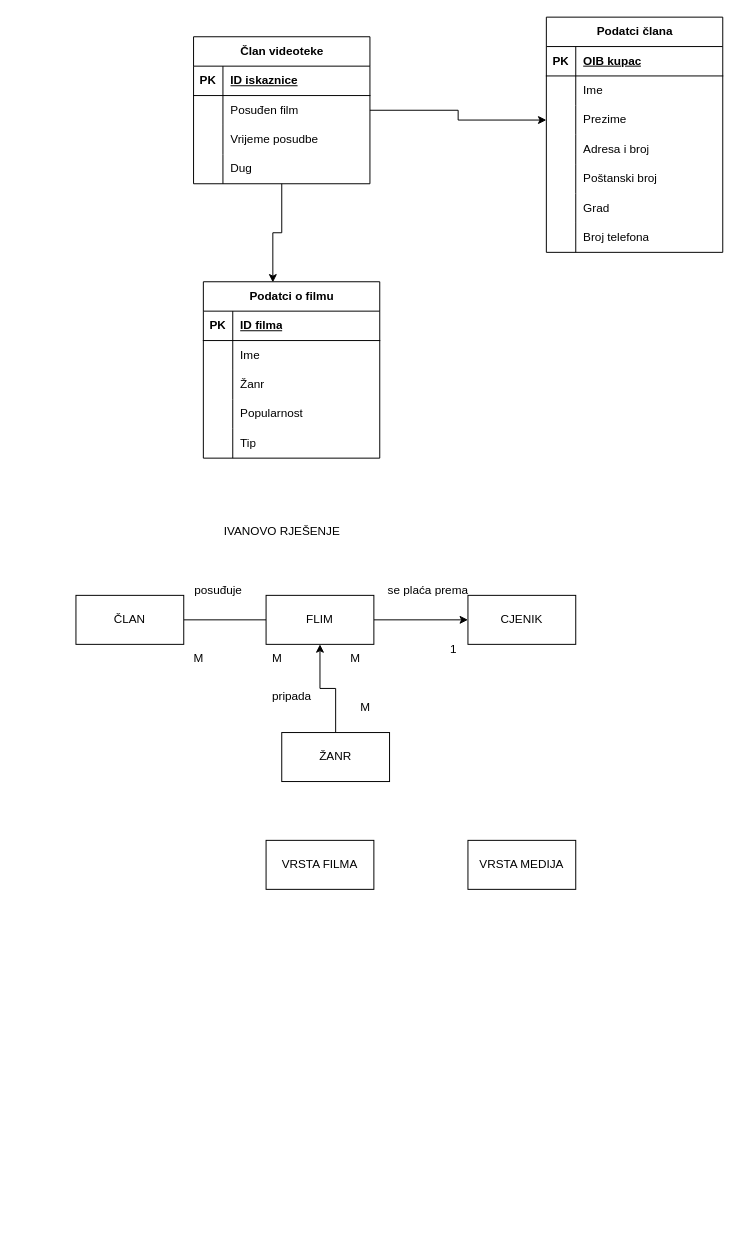
Above: Videoteka.drawio in RenSu92/PHP_osnove (draw.io), before the change. Source tidied: cells renumbered, new cells numbered last; positions are measured from the earlier drawing's top-left corner, leaving out a move shared by most shapes. Both pictures are drawn from the tidied source at 98%, with x=0, y=0 at pixel (75, 17).
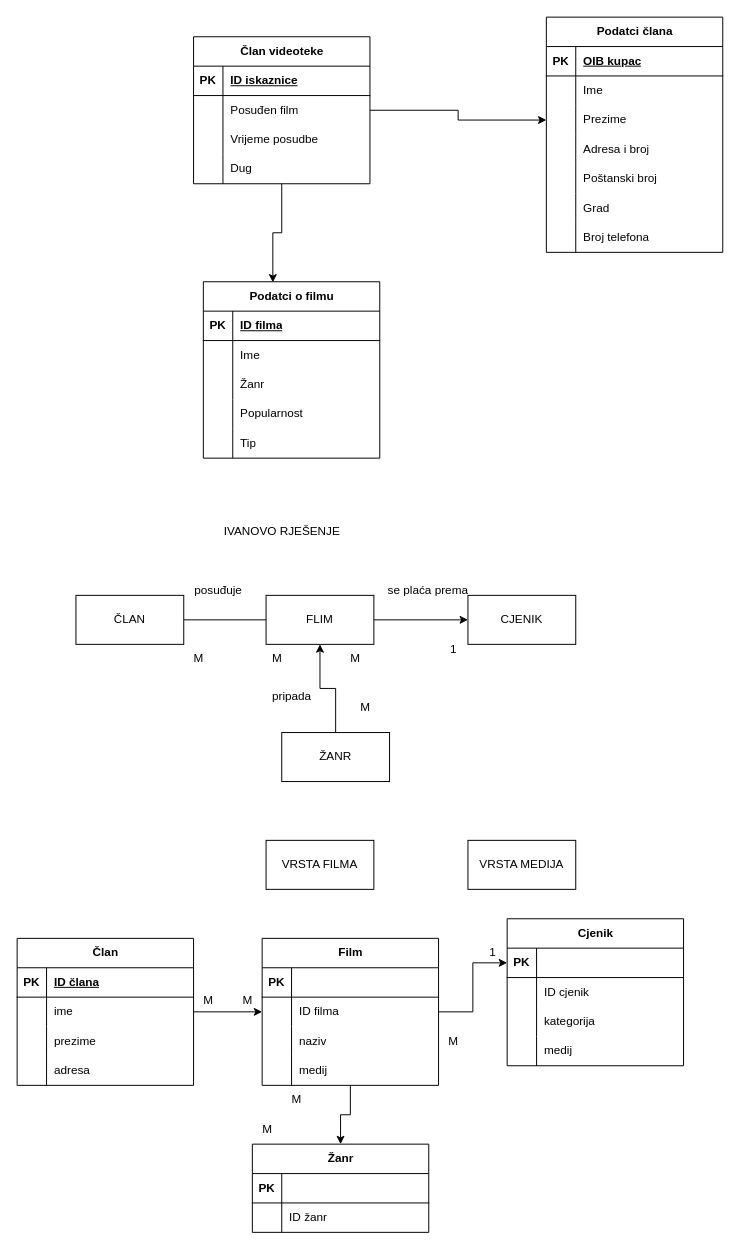
After the change.

The edit, as a diff of the source:
```diff
@@
+    <mxCell id="73" style="edgeStyle=orthogonalEdgeStyle;rounded=0;jettySize=auto;html=1;entryX=0;entryY=0.5;entryDx=0;entryDy=0;" parent="1" edge="1" source="74" target="93">
+      <mxGeometry relative="1" as="geometry" />
+    </mxCell>
+    <mxCell id="74" value="Član" style="shape=table;startSize=30;childLayout=tableLayout;rowLines=0;fontStyle=1;align=center;html=1;" parent="1" vertex="1">
+      <mxGeometry x="-60" y="940" width="180" height="150" as="geometry" />
+    </mxCell>
+    <mxCell id="75" style="shape=tableRow;horizontal=0;startSize=0;swimlaneHead=0;swimlaneBody=0;fillColor=none;top=0;left=0;right=0;bottom=1;" parent="74" vertex="1">
+      <mxGeometry y="30" width="180" height="30" as="geometry" />
+    </mxCell>
+    <mxCell id="76" value="PK" style="shape=partialRectangle;fillColor=none;top=0;left=0;bottom=0;right=0;fontStyle=1;overflow=hidden;whiteSpace=wrap;html=1;" parent="75" vertex="1">
+      <mxGeometry width="30" height="30" as="geometry" />
+    </mxCell>
+    <mxCell id="77" value="ID člana" style="shape=partialRectangle;fillColor=none;top=0;left=0;bottom=0;right=0;align=left;spacingLeft=6;fontStyle=5;overflow=hidden;whiteSpace=wrap;html=1;" parent="75" vertex="1">
+      <mxGeometry x="30" width="150" height="30" as="geometry" />
+    </mxCell>
+    <mxCell id="78" style="shape=tableRow;horizontal=0;startSize=0;swimlaneHead=0;swimlaneBody=0;fillColor=none;top=0;left=0;right=0;bottom=0;" parent="74" vertex="1">
+      <mxGeometry y="60" width="180" height="30" as="geometry" />
+    </mxCell>
+    <mxCell id="79" style="shape=partialRectangle;fillColor=none;top=0;left=0;bottom=0;right=0;overflow=hidden;whiteSpace=wrap;html=1;" parent="78" vertex="1">
+      <mxGeometry width="30" height="30" as="geometry" />
+    </mxCell>
+    <mxCell id="80" value="ime" style="shape=partialRectangle;fillColor=none;top=0;left=0;bottom=0;right=0;align=left;spacingLeft=6;overflow=hidden;whiteSpace=wrap;html=1;" parent="78" vertex="1">
+      <mxGeometry x="30" width="150" height="30" as="geometry" />
+    </mxCell>
+    <mxCell id="81" style="shape=tableRow;horizontal=0;startSize=0;swimlaneHead=0;swimlaneBody=0;fillColor=none;top=0;left=0;right=0;bottom=0;" parent="74" vertex="1">
+      <mxGeometry y="90" width="180" height="30" as="geometry" />
+    </mxCell>
+    <mxCell id="82" style="shape=partialRectangle;fillColor=none;top=0;left=0;bottom=0;right=0;overflow=hidden;whiteSpace=wrap;html=1;" parent="81" vertex="1">
+      <mxGeometry width="30" height="30" as="geometry" />
+    </mxCell>
+    <mxCell id="83" value="prezime" style="shape=partialRectangle;fillColor=none;top=0;left=0;bottom=0;right=0;align=left;spacingLeft=6;overflow=hidden;whiteSpace=wrap;html=1;" parent="81" vertex="1">
+      <mxGeometry x="30" width="150" height="30" as="geometry" />
+    </mxCell>
+    <mxCell id="84" style="shape=tableRow;horizontal=0;startSize=0;swimlaneHead=0;swimlaneBody=0;fillColor=none;top=0;left=0;right=0;bottom=0;" parent="74" vertex="1">
+      <mxGeometry y="120" width="180" height="30" as="geometry" />
+    </mxCell>
+    <mxCell id="85" style="shape=partialRectangle;fillColor=none;top=0;left=0;bottom=0;right=0;overflow=hidden;whiteSpace=wrap;html=1;" parent="84" vertex="1">
+      <mxGeometry width="30" height="30" as="geometry" />
+    </mxCell>
+    <mxCell id="86" value="adresa" style="shape=partialRectangle;fillColor=none;top=0;left=0;bottom=0;right=0;align=left;spacingLeft=6;overflow=hidden;whiteSpace=wrap;html=1;" parent="84" vertex="1">
+      <mxGeometry x="30" width="150" height="30" as="geometry" />
+    </mxCell>
+    <mxCell id="87" style="edgeStyle=orthogonalEdgeStyle;rounded=0;jettySize=auto;html=1;" parent="1" edge="1" source="89" target="105">
+      <mxGeometry relative="1" as="geometry" />
+    </mxCell>
+    <mxCell id="88" style="edgeStyle=orthogonalEdgeStyle;rounded=0;jettySize=auto;html=1;entryX=0.5;entryY=0;entryDx=0;entryDy=0;" parent="1" edge="1" source="89" target="117">
+      <mxGeometry relative="1" as="geometry" />
+    </mxCell>
+    <mxCell id="89" value="Film" style="shape=table;startSize=30;childLayout=tableLayout;rowLines=0;fontStyle=1;align=center;html=1;" parent="1" vertex="1">
+      <mxGeometry x="190" y="940" width="180" height="150" as="geometry" />
+    </mxCell>
+    <mxCell id="90" style="shape=tableRow;horizontal=0;startSize=0;swimlaneHead=0;swimlaneBody=0;fillColor=none;top=0;left=0;right=0;bottom=1;" parent="89" vertex="1">
+      <mxGeometry y="30" width="180" height="30" as="geometry" />
+    </mxCell>
+    <mxCell id="91" value="PK" style="shape=partialRectangle;fillColor=none;top=0;left=0;bottom=0;right=0;fontStyle=1;overflow=hidden;whiteSpace=wrap;html=1;" parent="90" vertex="1">
+      <mxGeometry width="30" height="30" as="geometry" />
+    </mxCell>
+    <mxCell id="92" style="shape=partialRectangle;fillColor=none;top=0;left=0;bottom=0;right=0;align=left;spacingLeft=6;fontStyle=5;overflow=hidden;whiteSpace=wrap;html=1;" parent="90" vertex="1">
+      <mxGeometry x="30" width="150" height="30" as="geometry" />
+    </mxCell>
+    <mxCell id="93" style="shape=tableRow;horizontal=0;startSize=0;swimlaneHead=0;swimlaneBody=0;fillColor=none;points=[[0,0.5],[1,0.5]];portConstraint=eastwest;top=0;left=0;right=0;bottom=0;" parent="89" vertex="1">
+      <mxGeometry y="60" width="180" height="30" as="geometry" />
+    </mxCell>
+    <mxCell id="94" style="shape=partialRectangle;fillColor=none;top=0;left=0;bottom=0;right=0;overflow=hidden;whiteSpace=wrap;html=1;" parent="93" vertex="1">
+      <mxGeometry width="30" height="30" as="geometry" />
+    </mxCell>
+    <mxCell id="95" value="ID filma" style="shape=partialRectangle;fillColor=none;top=0;left=0;bottom=0;right=0;align=left;spacingLeft=6;overflow=hidden;whiteSpace=wrap;html=1;" parent="93" vertex="1">
+      <mxGeometry x="30" width="150" height="30" as="geometry" />
+    </mxCell>
+    <mxCell id="96" style="shape=tableRow;horizontal=0;startSize=0;swimlaneHead=0;swimlaneBody=0;fillColor=none;top=0;left=0;right=0;bottom=0;" parent="89" vertex="1">
+      <mxGeometry y="90" width="180" height="30" as="geometry" />
+    </mxCell>
+    <mxCell id="97" style="shape=partialRectangle;fillColor=none;top=0;left=0;bottom=0;right=0;overflow=hidden;whiteSpace=wrap;html=1;" parent="96" vertex="1">
+      <mxGeometry width="30" height="30" as="geometry" />
+    </mxCell>
+    <mxCell id="98" value="naziv" style="shape=partialRectangle;fillColor=none;top=0;left=0;bottom=0;right=0;align=left;spacingLeft=6;overflow=hidden;whiteSpace=wrap;html=1;" parent="96" vertex="1">
+      <mxGeometry x="30" width="150" height="30" as="geometry" />
+    </mxCell>
+    <mxCell id="99" style="shape=tableRow;horizontal=0;startSize=0;swimlaneHead=0;swimlaneBody=0;fillColor=none;top=0;left=0;right=0;bottom=0;" parent="89" vertex="1">
+      <mxGeometry y="120" width="180" height="30" as="geometry" />
+    </mxCell>
+    <mxCell id="100" style="shape=partialRectangle;fillColor=none;top=0;left=0;bottom=0;right=0;overflow=hidden;whiteSpace=wrap;html=1;" parent="99" vertex="1">
+      <mxGeometry width="30" height="30" as="geometry" />
+    </mxCell>
+    <mxCell id="101" value="medij" style="shape=partialRectangle;fillColor=none;top=0;left=0;bottom=0;right=0;align=left;spacingLeft=6;overflow=hidden;whiteSpace=wrap;html=1;" parent="99" vertex="1">
+      <mxGeometry x="30" width="150" height="30" as="geometry" />
+    </mxCell>
+    <mxCell id="102" value="M" style="text;html=1;align=center;verticalAlign=middle;strokeColor=none;fillColor=none;" parent="1" vertex="1">
+      <mxGeometry x="120" y="988" width="30" height="30" as="geometry" />
+    </mxCell>
+    <mxCell id="103" value="M" style="text;html=1;align=center;verticalAlign=middle;strokeColor=none;fillColor=none;" parent="1" vertex="1">
+      <mxGeometry x="160" y="988" width="30" height="30" as="geometry" />
+    </mxCell>
+    <mxCell id="104" value="Cjenik" style="shape=table;startSize=30;childLayout=tableLayout;rowLines=0;fontStyle=1;align=center;html=1;" parent="1" vertex="1">
+      <mxGeometry x="440" y="920" width="180" height="150" as="geometry" />
+    </mxCell>
+    <mxCell id="105" style="shape=tableRow;horizontal=0;startSize=0;swimlaneHead=0;swimlaneBody=0;fillColor=none;points=[[0,0.5],[1,0.5]];portConstraint=eastwest;top=0;left=0;right=0;bottom=1;" parent="104" vertex="1">
+      <mxGeometry y="30" width="180" height="30" as="geometry" />
+    </mxCell>
+    <mxCell id="106" value="PK" style="shape=partialRectangle;fillColor=none;top=0;left=0;bottom=0;right=0;fontStyle=1;overflow=hidden;whiteSpace=wrap;html=1;" parent="105" vertex="1">
+      <mxGeometry width="30" height="30" as="geometry" />
+    </mxCell>
+    <mxCell id="107" style="shape=partialRectangle;fillColor=none;top=0;left=0;bottom=0;right=0;align=left;spacingLeft=6;fontStyle=5;overflow=hidden;whiteSpace=wrap;html=1;" parent="105" vertex="1">
+      <mxGeometry x="30" width="150" height="30" as="geometry" />
+    </mxCell>
+    <mxCell id="108" style="shape=tableRow;horizontal=0;startSize=0;swimlaneHead=0;swimlaneBody=0;fillColor=none;top=0;left=0;right=0;bottom=0;" parent="104" vertex="1">
+      <mxGeometry y="60" width="180" height="30" as="geometry" />
+    </mxCell>
+    <mxCell id="109" style="shape=partialRectangle;fillColor=none;top=0;left=0;bottom=0;right=0;overflow=hidden;whiteSpace=wrap;html=1;" parent="108" vertex="1">
+      <mxGeometry width="30" height="30" as="geometry" />
+    </mxCell>
+    <mxCell id="110" value="ID cjenik" style="shape=partialRectangle;fillColor=none;top=0;left=0;bottom=0;right=0;align=left;spacingLeft=6;overflow=hidden;whiteSpace=wrap;html=1;" parent="108" vertex="1">
+      <mxGeometry x="30" width="150" height="30" as="geometry" />
+    </mxCell>
+    <mxCell id="111" style="shape=tableRow;horizontal=0;startSize=0;swimlaneHead=0;swimlaneBody=0;fillColor=none;top=0;left=0;right=0;bottom=0;" parent="104" vertex="1">
+      <mxGeometry y="90" width="180" height="30" as="geometry" />
+    </mxCell>
+    <mxCell id="112" style="shape=partialRectangle;fillColor=none;top=0;left=0;bottom=0;right=0;overflow=hidden;whiteSpace=wrap;html=1;" parent="111" vertex="1">
+      <mxGeometry width="30" height="30" as="geometry" />
+    </mxCell>
+    <mxCell id="113" value="kategorija" style="shape=partialRectangle;fillColor=none;top=0;left=0;bottom=0;right=0;align=left;spacingLeft=6;overflow=hidden;whiteSpace=wrap;html=1;" parent="111" vertex="1">
+      <mxGeometry x="30" width="150" height="30" as="geometry" />
+    </mxCell>
+    <mxCell id="114" style="shape=tableRow;horizontal=0;startSize=0;swimlaneHead=0;swimlaneBody=0;fillColor=none;top=0;left=0;right=0;bottom=0;" parent="104" vertex="1">
+      <mxGeometry y="120" width="180" height="30" as="geometry" />
+    </mxCell>
+    <mxCell id="115" style="shape=partialRectangle;fillColor=none;top=0;left=0;bottom=0;right=0;overflow=hidden;whiteSpace=wrap;html=1;" parent="114" vertex="1">
+      <mxGeometry width="30" height="30" as="geometry" />
+    </mxCell>
+    <mxCell id="116" value="medij" style="shape=partialRectangle;fillColor=none;top=0;left=0;bottom=0;right=0;align=left;spacingLeft=6;overflow=hidden;whiteSpace=wrap;html=1;" parent="114" vertex="1">
+      <mxGeometry x="30" width="150" height="30" as="geometry" />
+    </mxCell>
+    <mxCell id="117" value="Žanr" style="shape=table;startSize=30;childLayout=tableLayout;rowLines=0;fontStyle=1;align=center;html=1;" parent="1" vertex="1">
+      <mxGeometry x="180" y="1150" width="180" height="90" as="geometry" />
+    </mxCell>
+    <mxCell id="118" style="shape=tableRow;horizontal=0;startSize=0;swimlaneHead=0;swimlaneBody=0;fillColor=none;top=0;left=0;right=0;bottom=1;" parent="117" vertex="1">
+      <mxGeometry y="30" width="180" height="30" as="geometry" />
+    </mxCell>
+    <mxCell id="119" value="PK" style="shape=partialRectangle;fillColor=none;top=0;left=0;bottom=0;right=0;fontStyle=1;overflow=hidden;whiteSpace=wrap;html=1;" parent="118" vertex="1">
+      <mxGeometry width="30" height="30" as="geometry" />
+    </mxCell>
+    <mxCell id="120" style="shape=partialRectangle;fillColor=none;top=0;left=0;bottom=0;right=0;align=left;spacingLeft=6;fontStyle=5;overflow=hidden;whiteSpace=wrap;html=1;" parent="118" vertex="1">
+      <mxGeometry x="30" width="150" height="30" as="geometry" />
+    </mxCell>
+    <mxCell id="121" style="shape=tableRow;horizontal=0;startSize=0;swimlaneHead=0;swimlaneBody=0;fillColor=none;top=0;left=0;right=0;bottom=0;" parent="117" vertex="1">
+      <mxGeometry y="60" width="180" height="30" as="geometry" />
+    </mxCell>
+    <mxCell id="122" style="shape=partialRectangle;fillColor=none;top=0;left=0;bottom=0;right=0;overflow=hidden;whiteSpace=wrap;html=1;" parent="121" vertex="1">
+      <mxGeometry width="30" height="30" as="geometry" />
+    </mxCell>
+    <mxCell id="123" value="ID žanr" style="shape=partialRectangle;fillColor=none;top=0;left=0;bottom=0;right=0;align=left;spacingLeft=6;overflow=hidden;whiteSpace=wrap;html=1;" parent="121" vertex="1">
+      <mxGeometry x="30" width="150" height="30" as="geometry" />
+    </mxCell>
+    <mxCell id="124" value="M" style="text;html=1;align=center;verticalAlign=middle;strokeColor=none;fillColor=none;" parent="1" vertex="1">
+      <mxGeometry x="210" y="1090" width="30" height="30" as="geometry" />
+    </mxCell>
+    <mxCell id="125" value="M" style="text;html=1;align=center;verticalAlign=middle;strokeColor=none;fillColor=none;" parent="1" vertex="1">
+      <mxGeometry x="180" y="1120" width="30" height="30" as="geometry" />
+    </mxCell>
+    <mxCell id="126" value="M" style="text;html=1;align=center;verticalAlign=middle;strokeColor=none;fillColor=none;" parent="1" vertex="1">
+      <mxGeometry x="370" y="1030" width="30" height="30" as="geometry" />
+    </mxCell>
+    <mxCell id="127" value="1" style="text;html=1;align=center;verticalAlign=middle;strokeColor=none;fillColor=none;" parent="1" vertex="1">
+      <mxGeometry x="410" y="940" width="30" height="30" as="geometry" />
+    </mxCell>
```
